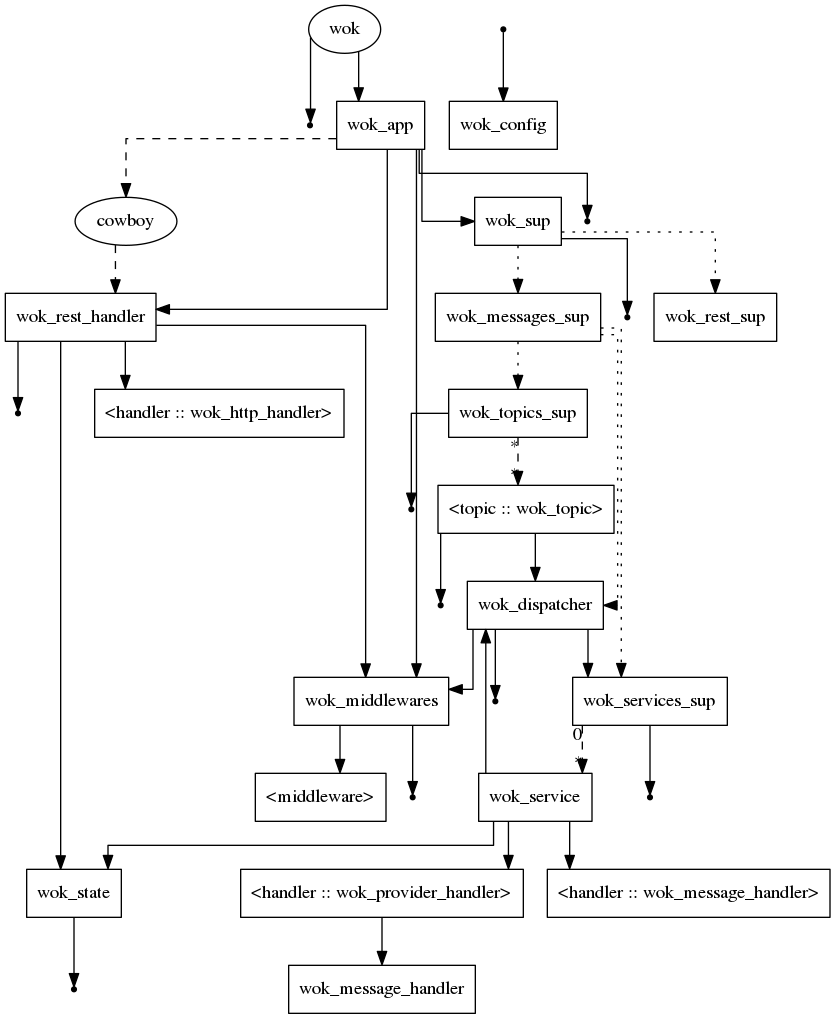
Above: wok.call.png in botsunit/wok (Graphviz), before the change. Its source is kept beside it as wok.call.gv.
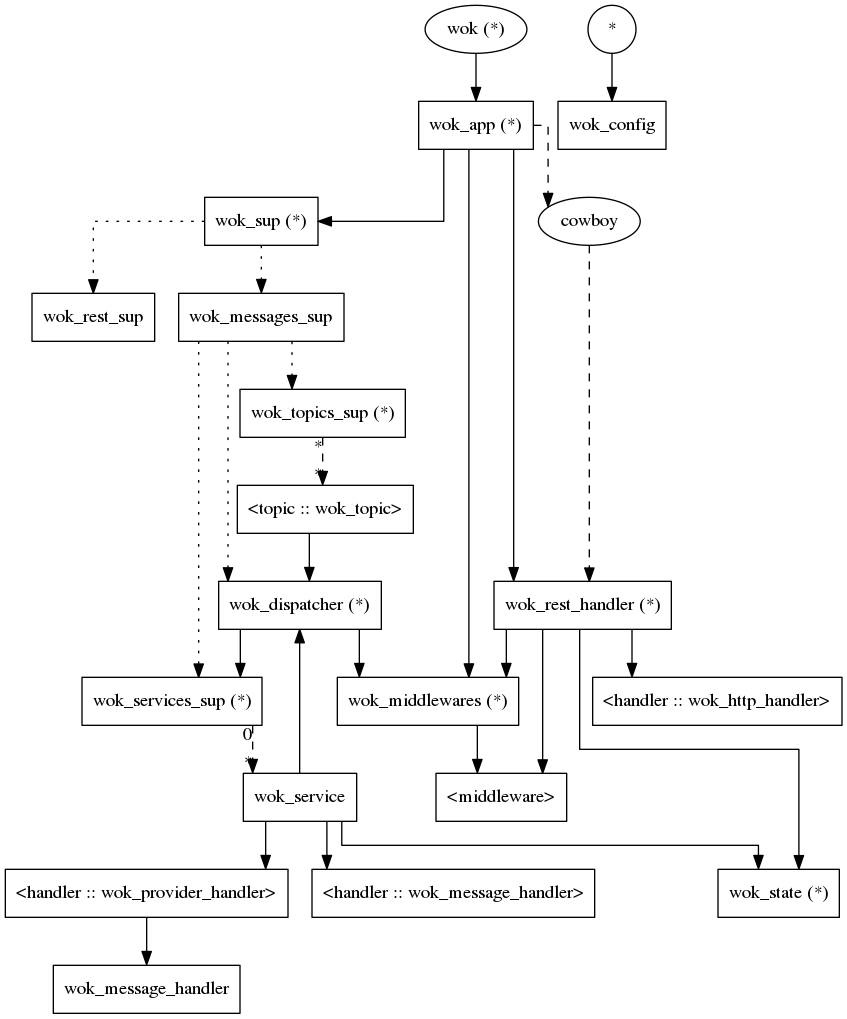
After the change.

Change to the diagram source:
```diff
@@ -5,42 +5,37 @@
     splines=ortho
   ]
 
-  wok[shape=oval];
+  wok[shape=oval, label="wok (*)"];
+  wok_app[label="wok_app (*)"];
+  wok_sup[label="wok_sup (*)"];
+  wok_rest_handler[label="wok_rest_handler (*)"];
+  wok_middlewares[label="wok_middlewares (*)"];
+  wok_dispatcher[label="wok_dispatcher (*)"];
+  wok_services_sup[label="wok_services_sup (*)"];
+  wok_topics_sup[label="wok_topics_sup (*)"];
+  wok_topic[label="wok_topic (*)"];
+  wok_state[label="wok_state (*)"];
   cowboy[shape=oval];
-  wok_config1[shape=point];
-  wok_config2[shape=point];
-  wok_config3[shape=point];
-  wok_config4[shape=point];
-  wok_config5[shape=point];
-  wok_config6[shape=point];
-  wok_config7[shape=point];
-  wok_config8[shape=point];
-  wok_config9[shape=point];
-  wok_configA[shape=point];
-  __wok_config__[shape=point];
+  __wok_config__[shape=circle, label="*"];
   wok_topic[label = "<topic :: wok_topic>"];
 
   wok -> wok_app;
-  wok -> wok_config1;
 
   wok_app -> wok_sup;
   wok_app -> cowboy [style=dashed];
   wok_app -> wok_rest_handler;
-  wok_app -> wok_config2;
   wok_app -> wok_middlewares;
 
   wok_sup -> wok_messages_sup [style=dotted];
   wok_sup -> wok_rest_sup [style=dotted];
-  wok_sup -> wok_config4;
 
   cowboy -> wok_rest_handler [style=dashed];
 
   wok_rest_handler -> "<handler :: wok_http_handler>";
-  wok_rest_handler -> wok_config3;
+  wok_rest_handler -> "<middleware>";
   wok_rest_handler -> wok_middlewares;
   wok_rest_handler -> wok_state;
 
-  wok_middlewares -> wok_config9;
   wok_middlewares -> "<middleware>";
 
   wok_messages_sup -> wok_dispatcher [style=dotted];
@@ -48,16 +43,12 @@
   wok_messages_sup -> wok_topics_sup [style=dotted];
 
   wok_dispatcher -> wok_services_sup;
-  wok_dispatcher -> wok_config5;
   wok_dispatcher -> wok_middlewares;
 
   wok_services_sup -> wok_service [style=dashed, headlabel="*", taillabel="0"];
-  wok_services_sup -> wok_config6;
 
   wok_topics_sup -> wok_topic [style=dashed, headlabel="*", taillabel="*"];
-  wok_topics_sup -> wok_config7;
 
-  wok_topic -> wok_config8;
   wok_topic -> wok_dispatcher;
 
   wok_service -> wok_dispatcher;
@@ -65,7 +56,6 @@
   wok_service -> "<handler :: wok_provider_handler>";
   wok_service -> wok_state
 
-  wok_state -> wok_configA;
 
   "<handler :: wok_provider_handler>" -> wok_message_handler;
 
```
